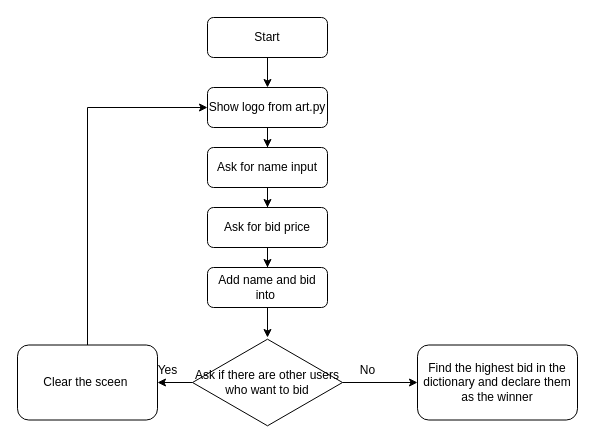
The draw.io diagram Day9-Dictionaries_Nesting_and_the_Secret_Auction/Day9_Secret-Auction.drawio in fight24/MiniProjectsPython, before the edit. Source tidied: cells renumbered, new cells numbered last; positions are measured from the earlier drawing's top-left corner, leaving out a move shared by most shapes. Both pictures are drawn from the tidied source at 100%, with x=0, y=0 at pixel (17, 17).
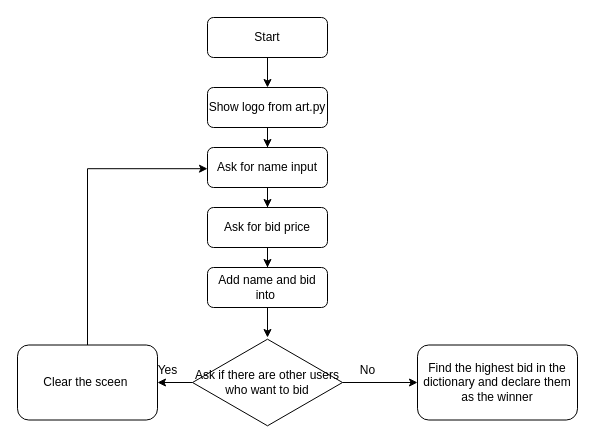
The same diagram, later.

The change refers to these unchanged cells:
```xml
<mxCell id="3" value="Show logo from art.py" style="rounded=1;whiteSpace=wrap;html=1;fontSize=12;glass=0;strokeWidth=1;shadow=0;" parent="1" vertex="1">
  <mxGeometry x="190" y="70" width="120" height="40" as="geometry" />
</mxCell>
<mxCell id="13" value="Clear the sceen&amp;nbsp;" style="rounded=1;whiteSpace=wrap;html=1;fontSize=12;glass=0;strokeWidth=1;shadow=0;" parent="1" vertex="1">
  <mxGeometry y="327.5" width="140" height="75" as="geometry" />
</mxCell>
```

Change to the diagram source:
```diff
@@
-    <mxCell id="12" style="edgeStyle=orthogonalEdgeStyle;rounded=0;jettySize=auto;html=1;entryX=0;entryY=0.5;entryDx=0;entryDy=0;" parent="1" edge="1" source="13" target="3">
+    <mxCell id="12" style="edgeStyle=orthogonalEdgeStyle;rounded=0;orthogonalLoop=1;jettySize=auto;html=1;entryX=0;entryY=0.5;entryDx=0;entryDy=0;" parent="1" edge="1">
       <mxGeometry relative="1" as="geometry">
+        <mxPoint x="70" y="388.8" as="sourcePoint" />
+        <mxPoint x="190" y="151.2" as="targetPoint" />
         <Array as="points">
-          <mxPoint x="70" y="90" />
+          <mxPoint x="70" y="151.2" />
         </Array>
       </mxGeometry>
     </mxCell>
```
